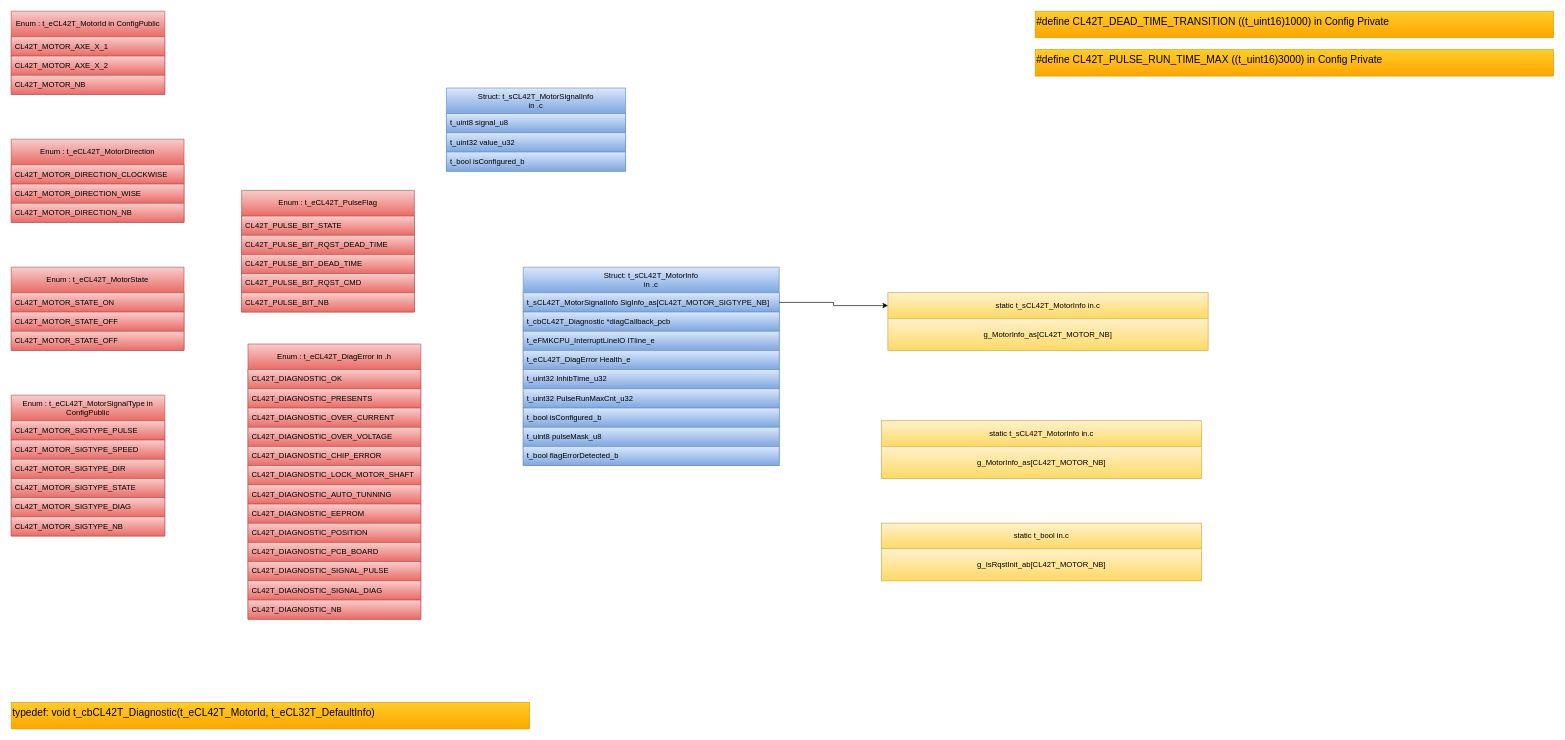
Earlier version of the draw.io diagram page "Type" (1 of 21) of src/2_DRV/Motor/CL42T/Doc/Design/CL42T_Architecture.drawio (mbarbeau0545/PickersRobotPOC). Source tidied: cells renumbered, new cells numbered last; positions are measured from the earlier drawing's top-left corner, leaving out a move shared by most shapes. Both pictures are drawn from the tidied source at 64%, with x=0, y=0 at pixel (11, 11).
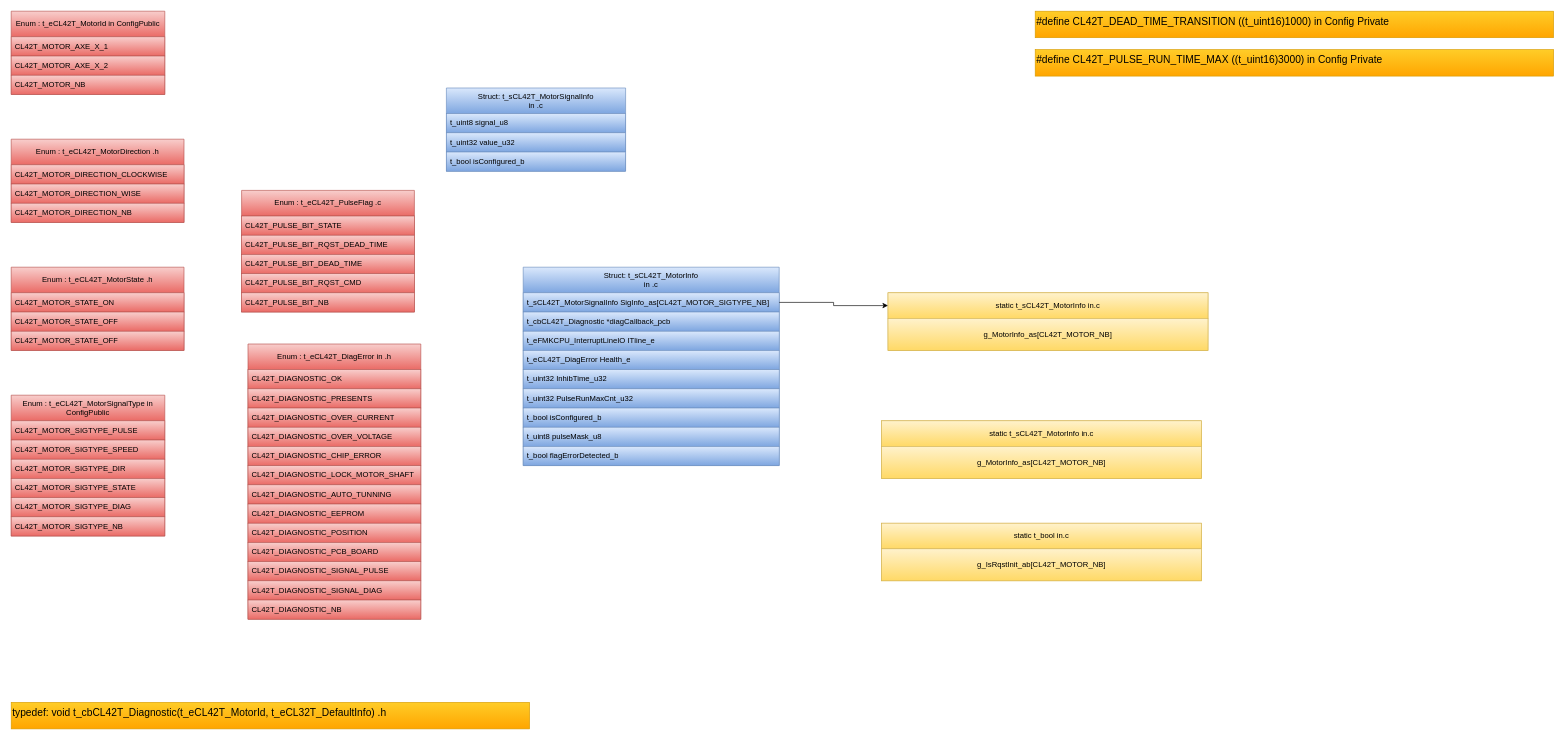
Above is the later version.

Diff of the diagram source:
```diff
@@
-    <mxCell id="6" value="Enum : t_eCL42T_MotorDirection" style="swimlane;fontStyle=0;horizontal=1;startSize=40;whiteSpace=wrap;html=1;fillColor=#f8cecc;gradientColor=#ea6b66;strokeColor=#b85450;fontColor=#000000;" parent="1" vertex="1">
+    <mxCell id="6" value="Enum : t_eCL42T_MotorDirection .h" style="swimlane;fontStyle=0;horizontal=1;startSize=40;whiteSpace=wrap;html=1;fillColor=#f8cecc;gradientColor=#ea6b66;strokeColor=#b85450;fontColor=#000000;" parent="1" vertex="1">
       <mxGeometry y="200" width="270" height="130" as="geometry" />
     </mxCell>
@@
-    <mxCell id="10" value="Enum : t_eCL42T_MotorState" style="swimlane;fontStyle=0;horizontal=1;startSize=40;whiteSpace=wrap;html=1;fillColor=#f8cecc;gradientColor=#ea6b66;strokeColor=#b85450;fontColor=#000000;" parent="1" vertex="1">
+    <mxCell id="10" value="Enum : t_eCL42T_MotorState .h" style="swimlane;fontStyle=0;horizontal=1;startSize=40;whiteSpace=wrap;html=1;fillColor=#f8cecc;gradientColor=#ea6b66;strokeColor=#b85450;fontColor=#000000;" parent="1" vertex="1">
       <mxGeometry y="400" width="270" height="130" as="geometry" />
     </mxCell>
@@
-    <mxCell id="25" value="&lt;span style=&quot;color: rgb(0, 0, 0); text-wrap: nowrap;&quot;&gt;typedef: void&amp;nbsp;&lt;/span&gt;&lt;span style=&quot;color: rgb(0, 0, 0); text-wrap: nowrap;&quot;&gt;t_cbCL42T_Diagnostic(t_eCL42T_MotorId, t_eCL32T_DefaultInfo)&lt;/span&gt;" style="rounded=0;whiteSpace=wrap;html=1;verticalAlign=top;fillColor=#ffcd28;gradientColor=#ffa500;strokeColor=#d79b00;fontSize=16;align=left;" parent="1" vertex="1">
+    <mxCell id="25" value="&lt;span style=&quot;color: rgb(0, 0, 0); text-wrap: nowrap;&quot;&gt;typedef: void&amp;nbsp;&lt;/span&gt;&lt;span style=&quot;color: rgb(0, 0, 0); text-wrap: nowrap;&quot;&gt;t_cbCL42T_Diagnostic(t_eCL42T_MotorId, t_eCL32T_DefaultInfo) .h&lt;/span&gt;" style="rounded=0;whiteSpace=wrap;html=1;verticalAlign=top;fillColor=#ffcd28;gradientColor=#ffa500;strokeColor=#d79b00;fontSize=16;align=left;" parent="1" vertex="1">
       <mxGeometry y="1080" width="810" height="41.4" as="geometry" />
     </mxCell>
@@
-    <mxCell id="60" value="Enum : t_eCL42T_PulseFlag" style="swimlane;fontStyle=0;horizontal=1;startSize=40;whiteSpace=wrap;html=1;fillColor=#f8cecc;gradientColor=#ea6b66;strokeColor=#b85450;fontColor=#000000;" parent="1" vertex="1">
+    <mxCell id="60" value="Enum : t_eCL42T_PulseFlag .c" style="swimlane;fontStyle=0;horizontal=1;startSize=40;whiteSpace=wrap;html=1;fillColor=#f8cecc;gradientColor=#ea6b66;strokeColor=#b85450;fontColor=#000000;" parent="1" vertex="1">
       <mxGeometry x="360" y="280" width="270" height="190" as="geometry" />
     </mxCell>
```
